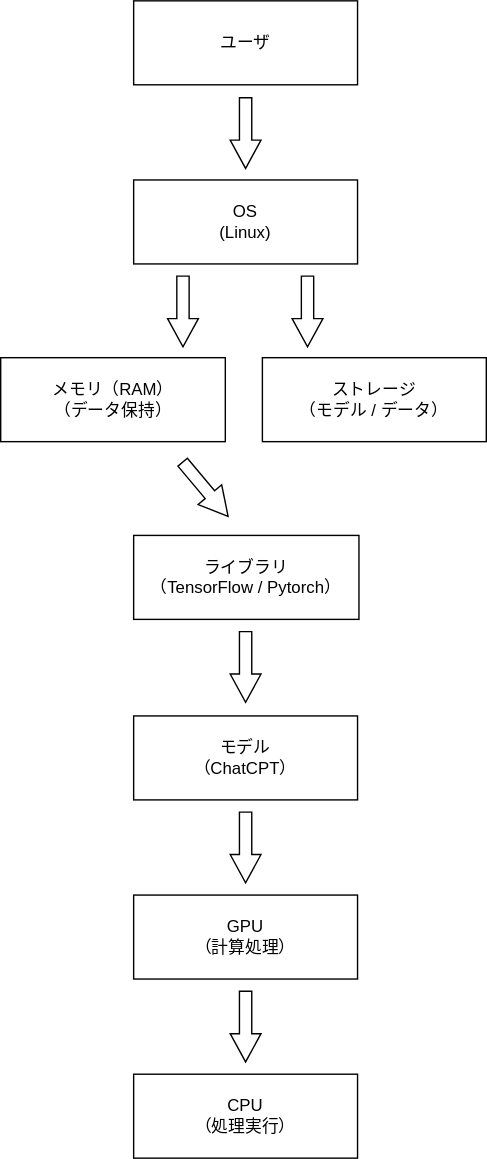
Shunsuke-Yamada/os_e205719 keeps this draw.io diagram as Ex_1-3.drawio.svg. Above is the earlier version. Source tidied: cells renumbered, new cells last; positions are measured from the earlier drawing's top-left corner, leaving out a move shared by most shapes. Its diagram source:
```xml
<mxGraphModel>
  <root>
    <mxCell id="0" />
    <mxCell id="1" parent="0" />
    <mxCell id="2" value="ユーザ" style="rounded=0;whiteSpace=wrap;html=1;" parent="1" vertex="1">
      <mxGeometry x="95" width="160" height="60" as="geometry" />
    </mxCell>
    <mxCell id="3" value="OS&lt;div&gt;(Linux)&lt;/div&gt;" style="rounded=0;whiteSpace=wrap;html=1;" parent="1" vertex="1">
      <mxGeometry x="95" y="128" width="160" height="60" as="geometry" />
    </mxCell>
    <mxCell id="4" value="ストレージ&lt;div&gt;（モデル / データ）&lt;/div&gt;" style="rounded=0;whiteSpace=wrap;html=1;" parent="1" vertex="1">
      <mxGeometry x="187" y="255" width="160" height="60" as="geometry" />
    </mxCell>
    <mxCell id="5" value="メモリ（RAM）&lt;div&gt;（データ保持）&lt;/div&gt;" style="rounded=0;whiteSpace=wrap;html=1;" parent="1" vertex="1">
      <mxGeometry y="255" width="160.5" height="60" as="geometry" />
    </mxCell>
    <mxCell id="6" value="ライブラリ&lt;div&gt;（TensorFlow / Pytorch）&lt;/div&gt;" style="rounded=0;whiteSpace=wrap;html=1;" parent="1" vertex="1">
      <mxGeometry x="95" y="382" width="161" height="60" as="geometry" />
    </mxCell>
    <mxCell id="7" value="モデル&lt;div&gt;（ChatCPT）&lt;/div&gt;" style="rounded=0;whiteSpace=wrap;html=1;" parent="1" vertex="1">
      <mxGeometry x="95" y="511" width="160" height="60" as="geometry" />
    </mxCell>
    <mxCell id="8" value="GPU&lt;div&gt;（計算処理）&lt;/div&gt;" style="rounded=0;whiteSpace=wrap;html=1;" parent="1" vertex="1">
      <mxGeometry x="95" y="639" width="160" height="60" as="geometry" />
    </mxCell>
    <mxCell id="9" style="shape=singleArrow;whiteSpace=wrap;html=1;arrowWidth=0.4;arrowSize=0.4;rotation=90;" parent="1" vertex="1">
      <mxGeometry x="149.8" y="83.5" width="50.5" height="22" as="geometry" />
    </mxCell>
    <mxCell id="10" style="shape=singleArrow;whiteSpace=wrap;html=1;arrowWidth=0.4;arrowSize=0.4;rotation=90;" parent="1" vertex="1">
      <mxGeometry x="105" y="211" width="50.5" height="22" as="geometry" />
    </mxCell>
    <mxCell id="11" style="shape=singleArrow;whiteSpace=wrap;html=1;arrowWidth=0.4;arrowSize=0.4;rotation=90;" parent="1" vertex="1">
      <mxGeometry x="194" y="211" width="50.5" height="22" as="geometry" />
    </mxCell>
    <mxCell id="12" style="shape=singleArrow;whiteSpace=wrap;html=1;arrowWidth=0.4;arrowSize=0.4;rotation=50;" parent="1" vertex="1">
      <mxGeometry x="121" y="338" width="50.5" height="22" as="geometry" />
    </mxCell>
    <mxCell id="13" style="shape=singleArrow;whiteSpace=wrap;html=1;arrowWidth=0.4;arrowSize=0.4;rotation=90;" parent="1" vertex="1">
      <mxGeometry x="149.8" y="465" width="50.5" height="22" as="geometry" />
    </mxCell>
    <mxCell id="14" style="shape=singleArrow;whiteSpace=wrap;html=1;arrowWidth=0.4;arrowSize=0.4;rotation=90;" parent="1" vertex="1">
      <mxGeometry x="149.8" y="594" width="50.5" height="22" as="geometry" />
    </mxCell>
    <mxCell id="15" style="edgeStyle=none;curved=1;rounded=0;orthogonalLoop=1;jettySize=auto;html=1;exitX=0.5;exitY=1;exitDx=0;exitDy=0;fontSize=12;startSize=8;endSize=8;" parent="1" edge="1" source="8" target="8">
      <mxGeometry relative="1" as="geometry" />
    </mxCell>
    <mxCell id="16" style="shape=singleArrow;whiteSpace=wrap;html=1;arrowWidth=0.4;arrowSize=0.4;rotation=90;" parent="1" vertex="1">
      <mxGeometry x="149.8" y="722" width="50.5" height="22" as="geometry" />
    </mxCell>
    <mxCell id="17" value="CPU&lt;div&gt;（処理実行）&lt;/div&gt;" style="rounded=0;whiteSpace=wrap;html=1;" parent="1" vertex="1">
      <mxGeometry x="95" y="767" width="160" height="60" as="geometry" />
    </mxCell>
  </root>
</mxGraphModel>
```
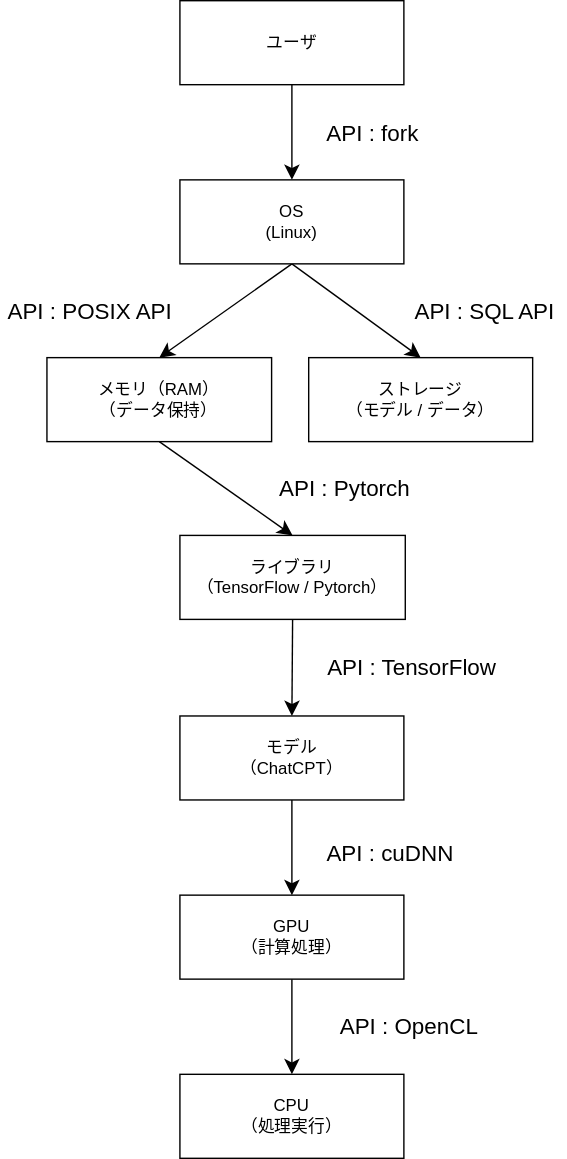
After the commit.

Commit message:
Ex_1-3.drawio.svg を更新します

What changed in the source:
```diff
@@ -2,53 +2,74 @@
   <root>
     <mxCell id="0" />
     <mxCell id="1" parent="0" />
+    <mxCell id="18" style="edgeStyle=none;curved=1;rounded=0;jettySize=auto;html=1;exitX=0.5;exitY=1;exitDx=0;exitDy=0;entryX=0.5;entryY=0;entryDx=0;entryDy=0;fontSize=12;startSize=8;endSize=8;" parent="1" edge="1" source="2" target="3">
+      <mxGeometry relative="1" as="geometry" />
+    </mxCell>
     <mxCell id="2" value="ユーザ" style="rounded=0;whiteSpace=wrap;html=1;" parent="1" vertex="1">
       <mxGeometry x="95" width="160" height="60" as="geometry" />
     </mxCell>
+    <mxCell id="19" style="edgeStyle=none;curved=1;rounded=0;jettySize=auto;html=1;exitX=0.5;exitY=1;exitDx=0;exitDy=0;entryX=0.5;entryY=0;entryDx=0;entryDy=0;fontSize=12;startSize=8;endSize=8;" parent="1" edge="1" source="3" target="5">
+      <mxGeometry relative="1" as="geometry" />
+    </mxCell>
+    <mxCell id="20" style="edgeStyle=none;curved=1;rounded=0;jettySize=auto;html=1;exitX=0.5;exitY=1;exitDx=0;exitDy=0;entryX=0.5;entryY=0;entryDx=0;entryDy=0;fontSize=12;startSize=8;endSize=8;" parent="1" edge="1" source="3" target="4">
+      <mxGeometry relative="1" as="geometry" />
+    </mxCell>
     <mxCell id="3" value="OS&lt;div&gt;(Linux)&lt;/div&gt;" style="rounded=0;whiteSpace=wrap;html=1;" parent="1" vertex="1">
       <mxGeometry x="95" y="128" width="160" height="60" as="geometry" />
     </mxCell>
     <mxCell id="4" value="ストレージ&lt;div&gt;（モデル / データ）&lt;/div&gt;" style="rounded=0;whiteSpace=wrap;html=1;" parent="1" vertex="1">
       <mxGeometry x="187" y="255" width="160" height="60" as="geometry" />
     </mxCell>
+    <mxCell id="21" style="edgeStyle=none;curved=1;rounded=0;jettySize=auto;html=1;exitX=0.5;exitY=1;exitDx=0;exitDy=0;entryX=0.5;entryY=0;entryDx=0;entryDy=0;fontSize=12;startSize=8;endSize=8;" parent="1" edge="1" source="5" target="6">
+      <mxGeometry relative="1" as="geometry" />
+    </mxCell>
     <mxCell id="5" value="メモリ（RAM）&lt;div&gt;（データ保持）&lt;/div&gt;" style="rounded=0;whiteSpace=wrap;html=1;" parent="1" vertex="1">
       <mxGeometry y="255" width="160.5" height="60" as="geometry" />
     </mxCell>
+    <mxCell id="22" style="edgeStyle=none;curved=1;rounded=0;jettySize=auto;html=1;exitX=0.5;exitY=1;exitDx=0;exitDy=0;entryX=0.5;entryY=0;entryDx=0;entryDy=0;fontSize=12;startSize=8;endSize=8;" parent="1" edge="1" source="6" target="7">
+      <mxGeometry relative="1" as="geometry" />
+    </mxCell>
     <mxCell id="6" value="ライブラリ&lt;div&gt;（TensorFlow / Pytorch）&lt;/div&gt;" style="rounded=0;whiteSpace=wrap;html=1;" parent="1" vertex="1">
       <mxGeometry x="95" y="382" width="161" height="60" as="geometry" />
     </mxCell>
+    <mxCell id="23" style="edgeStyle=none;curved=1;rounded=0;jettySize=auto;html=1;exitX=0.5;exitY=1;exitDx=0;exitDy=0;entryX=0.5;entryY=0;entryDx=0;entryDy=0;fontSize=12;startSize=8;endSize=8;" parent="1" edge="1" source="7" target="8">
+      <mxGeometry relative="1" as="geometry" />
+    </mxCell>
     <mxCell id="7" value="モデル&lt;div&gt;（ChatCPT）&lt;/div&gt;" style="rounded=0;whiteSpace=wrap;html=1;" parent="1" vertex="1">
       <mxGeometry x="95" y="511" width="160" height="60" as="geometry" />
     </mxCell>
+    <mxCell id="24" style="edgeStyle=none;curved=1;rounded=0;jettySize=auto;html=1;exitX=0.5;exitY=1;exitDx=0;exitDy=0;entryX=0.5;entryY=0;entryDx=0;entryDy=0;fontSize=12;startSize=8;endSize=8;" parent="1" edge="1" source="8" target="17">
+      <mxGeometry relative="1" as="geometry" />
+    </mxCell>
     <mxCell id="8" value="GPU&lt;div&gt;（計算処理）&lt;/div&gt;" style="rounded=0;whiteSpace=wrap;html=1;" parent="1" vertex="1">
       <mxGeometry x="95" y="639" width="160" height="60" as="geometry" />
     </mxCell>
-    <mxCell id="9" style="shape=singleArrow;whiteSpace=wrap;html=1;arrowWidth=0.4;arrowSize=0.4;rotation=90;" parent="1" vertex="1">
-      <mxGeometry x="149.8" y="83.5" width="50.5" height="22" as="geometry" />
-    </mxCell>
-    <mxCell id="10" style="shape=singleArrow;whiteSpace=wrap;html=1;arrowWidth=0.4;arrowSize=0.4;rotation=90;" parent="1" vertex="1">
-      <mxGeometry x="105" y="211" width="50.5" height="22" as="geometry" />
-    </mxCell>
-    <mxCell id="11" style="shape=singleArrow;whiteSpace=wrap;html=1;arrowWidth=0.4;arrowSize=0.4;rotation=90;" parent="1" vertex="1">
-      <mxGeometry x="194" y="211" width="50.5" height="22" as="geometry" />
-    </mxCell>
-    <mxCell id="12" style="shape=singleArrow;whiteSpace=wrap;html=1;arrowWidth=0.4;arrowSize=0.4;rotation=50;" parent="1" vertex="1">
-      <mxGeometry x="121" y="338" width="50.5" height="22" as="geometry" />
-    </mxCell>
-    <mxCell id="13" style="shape=singleArrow;whiteSpace=wrap;html=1;arrowWidth=0.4;arrowSize=0.4;rotation=90;" parent="1" vertex="1">
-      <mxGeometry x="149.8" y="465" width="50.5" height="22" as="geometry" />
-    </mxCell>
-    <mxCell id="14" style="shape=singleArrow;whiteSpace=wrap;html=1;arrowWidth=0.4;arrowSize=0.4;rotation=90;" parent="1" vertex="1">
-      <mxGeometry x="149.8" y="594" width="50.5" height="22" as="geometry" />
-    </mxCell>
     <mxCell id="15" style="edgeStyle=none;curved=1;rounded=0;orthogonalLoop=1;jettySize=auto;html=1;exitX=0.5;exitY=1;exitDx=0;exitDy=0;fontSize=12;startSize=8;endSize=8;" parent="1" edge="1" source="8" target="8">
       <mxGeometry relative="1" as="geometry" />
     </mxCell>
-    <mxCell id="16" style="shape=singleArrow;whiteSpace=wrap;html=1;arrowWidth=0.4;arrowSize=0.4;rotation=90;" parent="1" vertex="1">
-      <mxGeometry x="149.8" y="722" width="50.5" height="22" as="geometry" />
-    </mxCell>
     <mxCell id="17" value="CPU&lt;div&gt;（処理実行）&lt;/div&gt;" style="rounded=0;whiteSpace=wrap;html=1;" parent="1" vertex="1">
       <mxGeometry x="95" y="767" width="160" height="60" as="geometry" />
     </mxCell>
+    <mxCell id="25" value="API : fork" style="text;html=1;align=center;verticalAlign=middle;whiteSpace=wrap;rounded=0;fontSize=16;" parent="1" vertex="1">
+      <mxGeometry x="194" y="79.5" width="78" height="30" as="geometry" />
+    </mxCell>
+    <mxCell id="26" value="API : POSIX API" style="text;html=1;align=center;verticalAlign=middle;whiteSpace=wrap;rounded=0;fontSize=16;" parent="1" vertex="1">
+      <mxGeometry x="-33" y="207" width="128" height="30" as="geometry" />
+    </mxCell>
+    <mxCell id="27" value="API : SQL API" style="text;html=1;align=center;verticalAlign=middle;whiteSpace=wrap;rounded=0;fontSize=16;" parent="1" vertex="1">
+      <mxGeometry x="255" y="207" width="116.5" height="30" as="geometry" />
+    </mxCell>
+    <mxCell id="28" value="API : Pytorch" style="text;html=1;align=center;verticalAlign=middle;whiteSpace=wrap;rounded=0;fontSize=16;" parent="1" vertex="1">
+      <mxGeometry x="154" y="333" width="118" height="30" as="geometry" />
+    </mxCell>
+    <mxCell id="29" value="API : TensorFlow" style="text;html=1;align=center;verticalAlign=middle;whiteSpace=wrap;rounded=0;fontSize=16;" parent="1" vertex="1">
+      <mxGeometry x="194" y="461" width="134" height="30" as="geometry" />
+    </mxCell>
+    <mxCell id="30" value="API : cuDNN" style="text;html=1;align=center;verticalAlign=middle;whiteSpace=wrap;rounded=0;fontSize=16;" parent="1" vertex="1">
+      <mxGeometry x="194" y="594" width="103" height="30" as="geometry" />
+    </mxCell>
+    <mxCell id="31" value="API : OpenCL" style="text;html=1;align=center;verticalAlign=middle;whiteSpace=wrap;rounded=0;fontSize=16;" parent="1" vertex="1">
+      <mxGeometry x="203" y="718" width="112" height="30" as="geometry" />
+    </mxCell>
   </root>
 </mxGraphModel>
```
